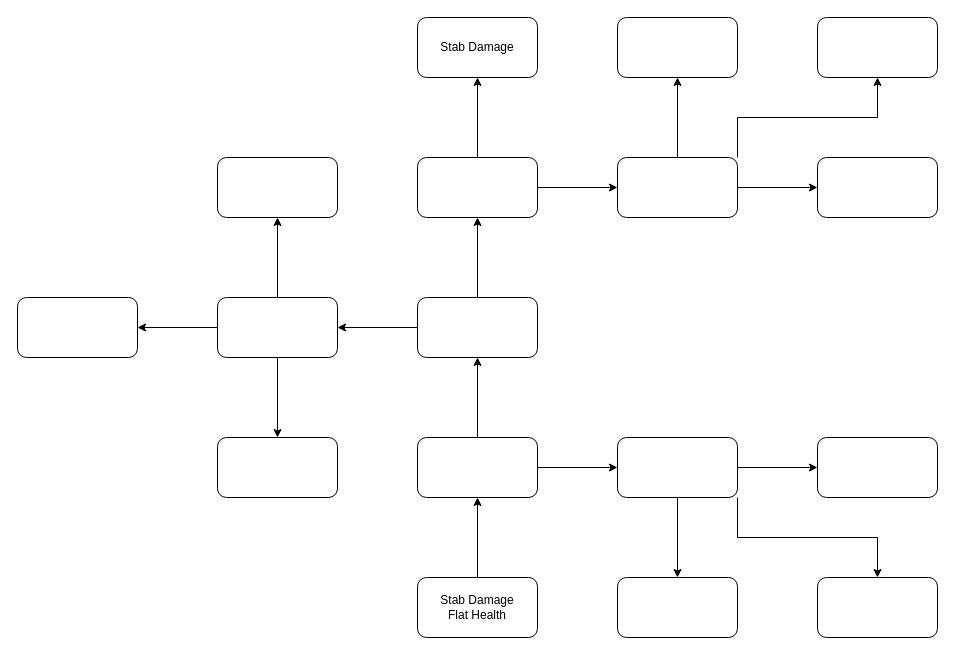
LeVieuxSinge/RoguelikeGame keeps this draw.io diagram as page "Whisperer" (12 of 30) of Docs/SkillTree.drawio. Above is the earlier version. Source tidied: cells renumbered, new cells numbered last; positions are measured from the earlier drawing's top-left corner, leaving out a move shared by most shapes. Both pictures are drawn from the tidied source at 100%, with x=0, y=0 at pixel (17, 17).
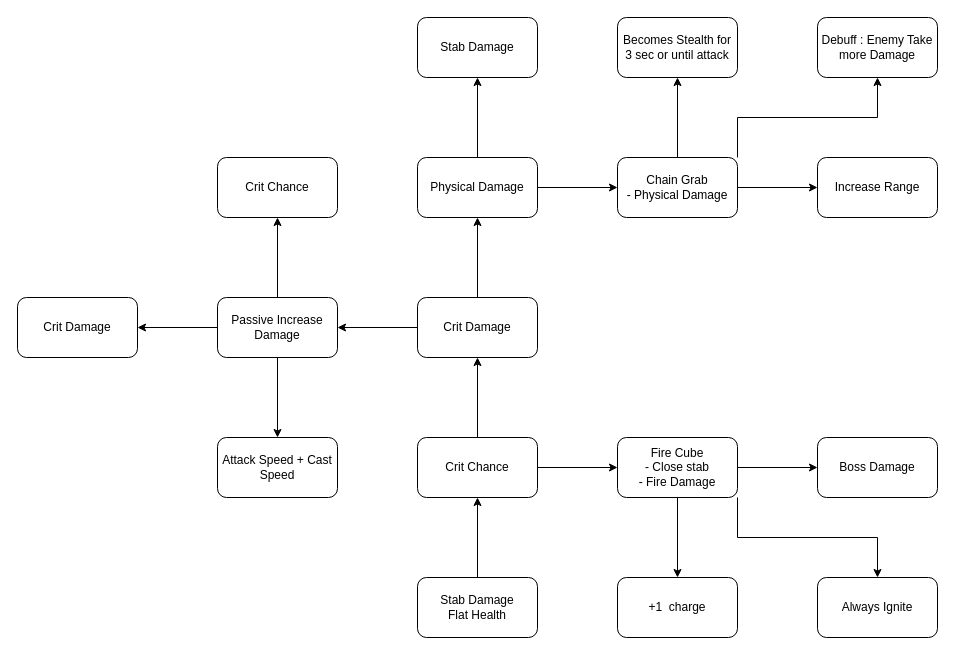
The same page after the edit.

Diff of the diagram source:
```diff
@@
-    <mxCell id="6" style="rounded=1;whiteSpace=wrap;html=1;" parent="1" vertex="1">
+    <mxCell id="6" value="Crit Chance" style="rounded=1;whiteSpace=wrap;html=1;" parent="1" vertex="1">
       <mxGeometry x="400" y="420" width="120" height="60" as="geometry" />
     </mxCell>
@@
-    <mxCell id="9" style="rounded=1;whiteSpace=wrap;html=1;" parent="1" vertex="1">
+    <mxCell id="9" value="Crit Damage" style="rounded=1;whiteSpace=wrap;html=1;" parent="1" vertex="1">
       <mxGeometry x="400" y="280" width="120" height="60" as="geometry" />
     </mxCell>
@@
-    <mxCell id="13" style="rounded=1;whiteSpace=wrap;html=1;" parent="1" vertex="1">
+    <mxCell id="13" value="Fire Cube&lt;br&gt;- Close stab&lt;br&gt;- Fire Damage" style="rounded=1;whiteSpace=wrap;html=1;" parent="1" vertex="1">
       <mxGeometry x="600" y="420" width="120" height="60" as="geometry" />
     </mxCell>
@@
-    <mxCell id="17" style="rounded=1;whiteSpace=wrap;html=1;" parent="1" vertex="1">
+    <mxCell id="17" value="Passive Increase Damage" style="rounded=1;whiteSpace=wrap;html=1;" parent="1" vertex="1">
       <mxGeometry x="200" y="280" width="120" height="60" as="geometry" />
     </mxCell>
@@
-    <mxCell id="20" style="rounded=1;whiteSpace=wrap;html=1;" parent="1" vertex="1">
+    <mxCell id="20" value="Physical Damage" style="rounded=1;whiteSpace=wrap;html=1;" parent="1" vertex="1">
       <mxGeometry x="400" y="140" width="120" height="60" as="geometry" />
     </mxCell>
@@
-    <mxCell id="24" style="rounded=1;whiteSpace=wrap;html=1;" parent="1" vertex="1">
+    <mxCell id="24" value="Chain Grab&lt;br&gt;- Physical Damage" style="rounded=1;whiteSpace=wrap;html=1;" parent="1" vertex="1">
       <mxGeometry x="600" y="140" width="120" height="60" as="geometry" />
     </mxCell>
@@
-    <mxCell id="26" style="rounded=1;whiteSpace=wrap;html=1;" parent="1" vertex="1">
+    <mxCell id="26" value="Boss Damage" style="rounded=1;whiteSpace=wrap;html=1;" parent="1" vertex="1">
       <mxGeometry x="800" y="420" width="120" height="60" as="geometry" />
     </mxCell>
-    <mxCell id="27" style="rounded=1;whiteSpace=wrap;html=1;" parent="1" vertex="1">
+    <mxCell id="27" value="+1&amp;nbsp; charge" style="rounded=1;whiteSpace=wrap;html=1;" parent="1" vertex="1">
       <mxGeometry x="600" y="560" width="120" height="60" as="geometry" />
     </mxCell>
-    <mxCell id="28" style="rounded=1;whiteSpace=wrap;html=1;" parent="1" vertex="1">
+    <mxCell id="28" value="Always Ignite" style="rounded=1;whiteSpace=wrap;html=1;" parent="1" vertex="1">
       <mxGeometry x="800" y="560" width="120" height="60" as="geometry" />
     </mxCell>
-    <mxCell id="29" style="rounded=1;whiteSpace=wrap;html=1;" parent="1" vertex="1">
+    <mxCell id="29" value="Attack Speed + Cast Speed" style="rounded=1;whiteSpace=wrap;html=1;" parent="1" vertex="1">
       <mxGeometry x="200" y="420" width="120" height="60" as="geometry" />
     </mxCell>
-    <mxCell id="30" style="rounded=1;whiteSpace=wrap;html=1;" parent="1" vertex="1">
+    <mxCell id="30" value="Crit Damage" style="rounded=1;whiteSpace=wrap;html=1;" parent="1" vertex="1">
       <mxGeometry y="280" width="120" height="60" as="geometry" />
     </mxCell>
-    <mxCell id="31" style="rounded=1;whiteSpace=wrap;html=1;" parent="1" vertex="1">
+    <mxCell id="31" value="Crit Chance" style="rounded=1;whiteSpace=wrap;html=1;" parent="1" vertex="1">
       <mxGeometry x="200" y="140" width="120" height="60" as="geometry" />
     </mxCell>
-    <mxCell id="32" style="rounded=1;whiteSpace=wrap;html=1;" parent="1" vertex="1">
+    <mxCell id="32" value="Debuff : Enemy Take more Damage" style="rounded=1;whiteSpace=wrap;html=1;" parent="1" vertex="1">
       <mxGeometry x="800" width="120" height="60" as="geometry" />
     </mxCell>
-    <mxCell id="33" style="rounded=1;whiteSpace=wrap;html=1;" parent="1" vertex="1">
+    <mxCell id="33" value="Increase Range" style="rounded=1;whiteSpace=wrap;html=1;" parent="1" vertex="1">
       <mxGeometry x="800" y="140" width="120" height="60" as="geometry" />
     </mxCell>
-    <mxCell id="34" style="rounded=1;whiteSpace=wrap;html=1;" parent="1" vertex="1">
+    <mxCell id="34" value="Becomes Stealth for 3 sec or until attack" style="rounded=1;whiteSpace=wrap;html=1;" parent="1" vertex="1">
       <mxGeometry x="600" width="120" height="60" as="geometry" />
     </mxCell>
```
